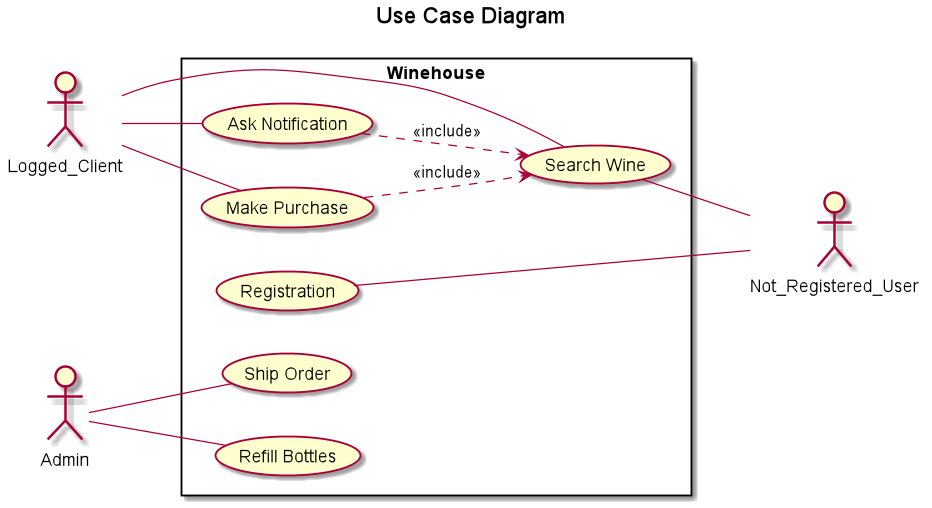
danielepelleg/software_engineering keeps this PlantUML diagram as Assegnamento2/src/main/resources/UseCaseDiagram.png. Above is the earlier version.
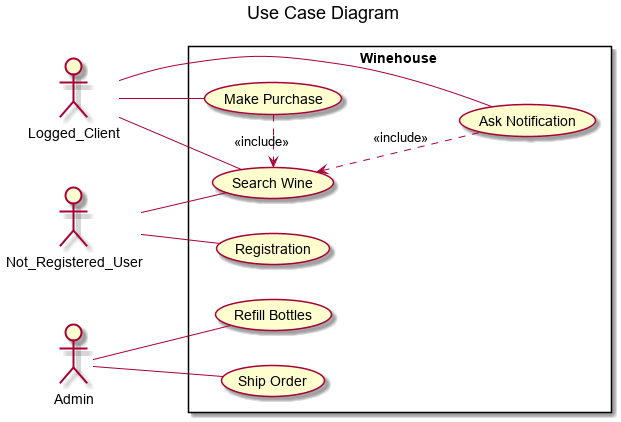
The same diagram one commit later.

Commit message:
Upload UML Diagrams

Change to the diagram source:
```diff
@@ -3,24 +3,22 @@
 
 left to right direction
 
+actor Admin
 actor Logged_Client
 actor Not_Registered_User
-actor Admin
-
 
 rectangle  Winehouse {
+    Logged_Client -- (Make Purchase)
+    Logged_Client -- (Ask Notification)
+    Logged_Client -- (Search Wine)
 
-    Not_Registered_User -right- (Registration)
-    Not_Registered_User -up- (Search Wine)
-
-    Logged_Client -- (Search Wine)
-    Logged_Client -- (Ask Notification)
-    Logged_Client -- (Make Purchase)
+    Not_Registered_User -- (Registration)
+    Not_Registered_User -- (Search Wine)
 
     Admin -- (Refill Bottles)
     Admin -- (Ship Order)
 
-    (Search Wine) <.up. (Ask Notification) : <<include>>
-    (Search Wine) <.up. (Make Purchase) : <<include>>
+    (Search Wine) <.left. (Make Purchase) : <<include>>
+    (Search Wine) <.down. (Ask Notification) : <<include>>
 }
 @enduml
```
